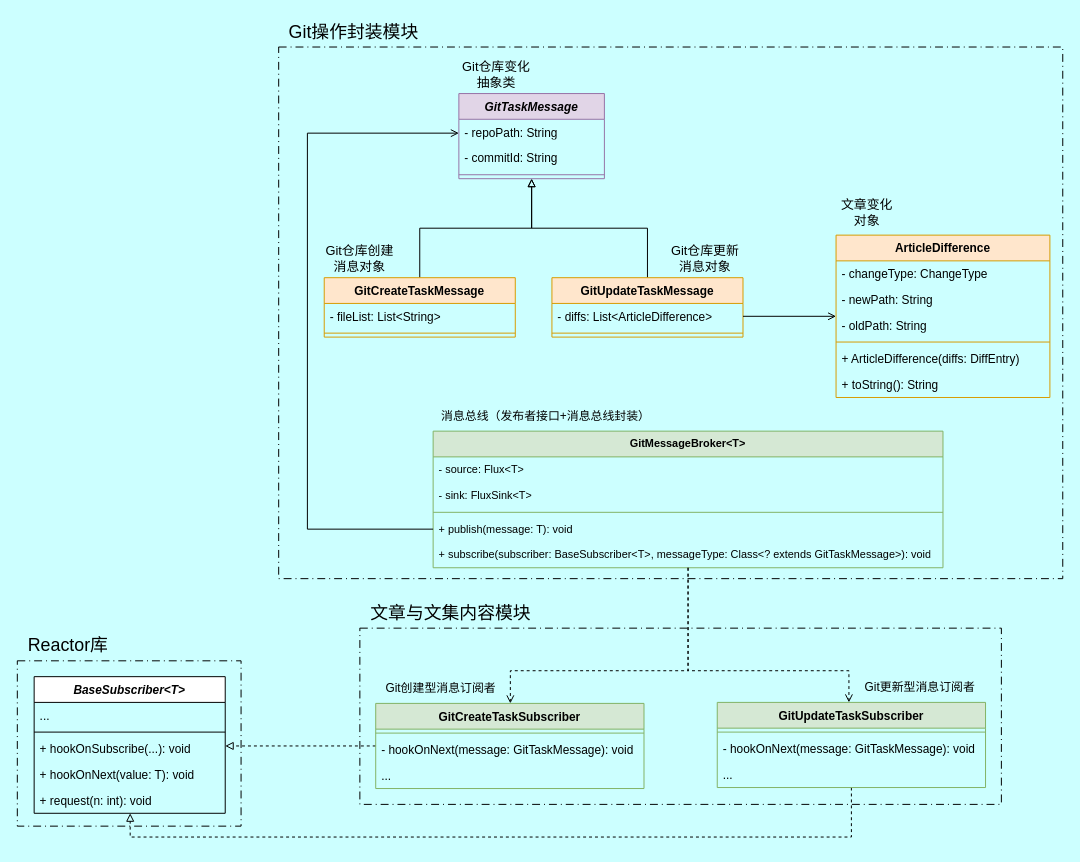
This is page "GitHook消息模型" (2 of 2) of docs/diagram/Git文集创建与更新触发逻辑.drawio from swsk33/git-document, a draw.io file, before an edit. Source tidied: cells renumbered, new cells numbered last; positions are measured from the earlier drawing's top-left corner, leaving out a move shared by most shapes. Both pictures are drawn from the tidied source at 99%, with x=0, y=0 at pixel (17, 17).
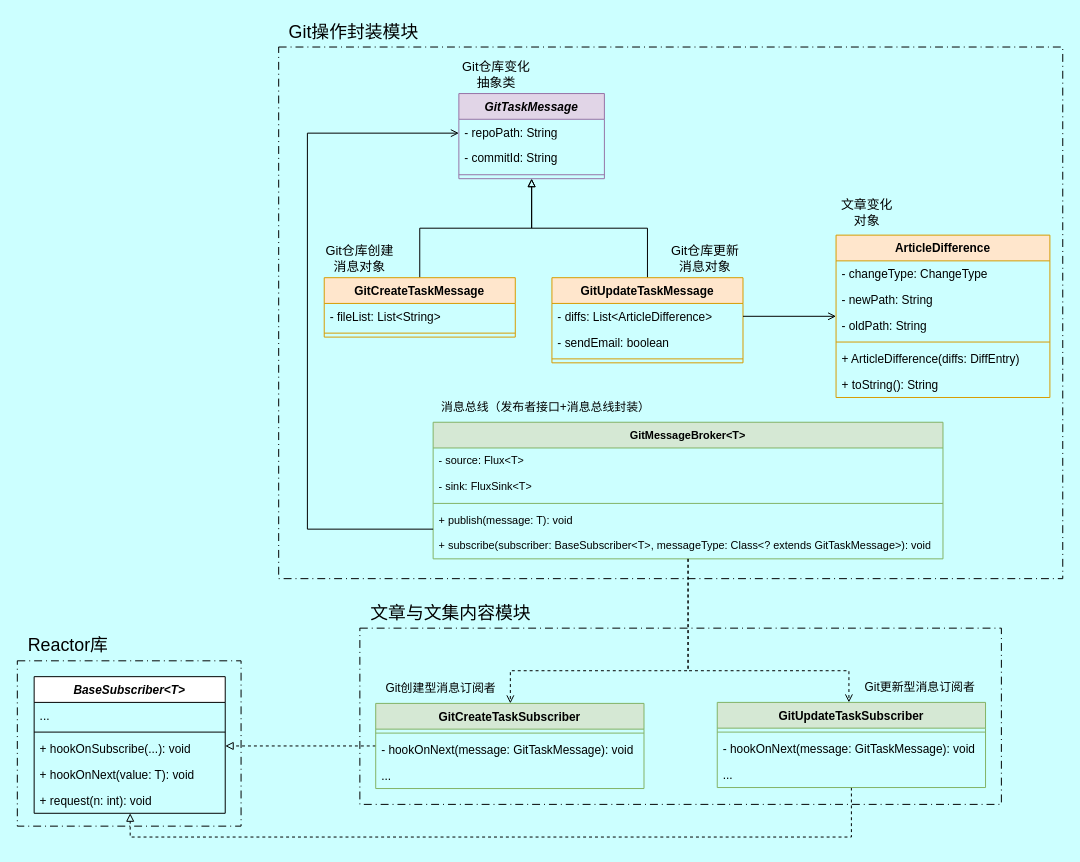
The same page after the edit.

Diff of the diagram source:
```diff
@@
     <mxCell id="14" value="GitUpdateTaskMessage" style="swimlane;fontStyle=1;align=center;verticalAlign=top;horizontal=1;startSize=26;whiteSpace=wrap;html=1;fillColor=#ffe6cc;strokeColor=#d79b00;" parent="1" vertex="1">
-      <mxGeometry x="540" y="263" width="193" height="60" as="geometry" />
+      <mxGeometry x="540" y="263" width="193" height="86" as="geometry" />
     </mxCell>
@@
+    <mxCell id="60" value="- sendEmail: boolean" style="text;strokeColor=none;fillColor=none;align=left;verticalAlign=top;spacingLeft=4;spacingRight=4;overflow=hidden;whiteSpace=wrap;html=1;" parent="14" vertex="1">
+      <mxGeometry y="52" width="193" height="26" as="geometry" />
+    </mxCell>
     <mxCell id="16" style="line;strokeWidth=1;fillColor=none;align=left;verticalAlign=middle;spacingTop=-1;spacingLeft=3;spacingRight=3;labelPosition=right;strokeColor=inherit;" parent="14" vertex="1">
-      <mxGeometry y="52" width="193" height="8" as="geometry" />
+      <mxGeometry y="78" width="193" height="8" as="geometry" />
     </mxCell>
@@
     <mxCell id="29" value="GitMessageBroker&amp;lt;T&amp;gt;" style="swimlane;fontStyle=1;align=center;verticalAlign=top;horizontal=1;startSize=26;whiteSpace=wrap;html=1;fontFamily=Helvetica;fontSize=11;labelBackgroundColor=none;fillColor=#d5e8d4;strokeColor=#82b366;" parent="1" vertex="1">
-      <mxGeometry x="420" y="418" width="515" height="138" as="geometry" />
+      <mxGeometry x="420" y="409" width="515" height="138" as="geometry" />
     </mxCell>
@@
     <mxCell id="35" value="消息总线（发布者接口+消息总线封装）" style="text;html=1;whiteSpace=wrap;strokeColor=none;fillColor=none;align=center;verticalAlign=middle;rounded=0;" parent="1" vertex="1">
-      <mxGeometry x="420" y="388" width="228" height="30" as="geometry" />
+      <mxGeometry x="420" y="379" width="228" height="30" as="geometry" />
     </mxCell>
```
